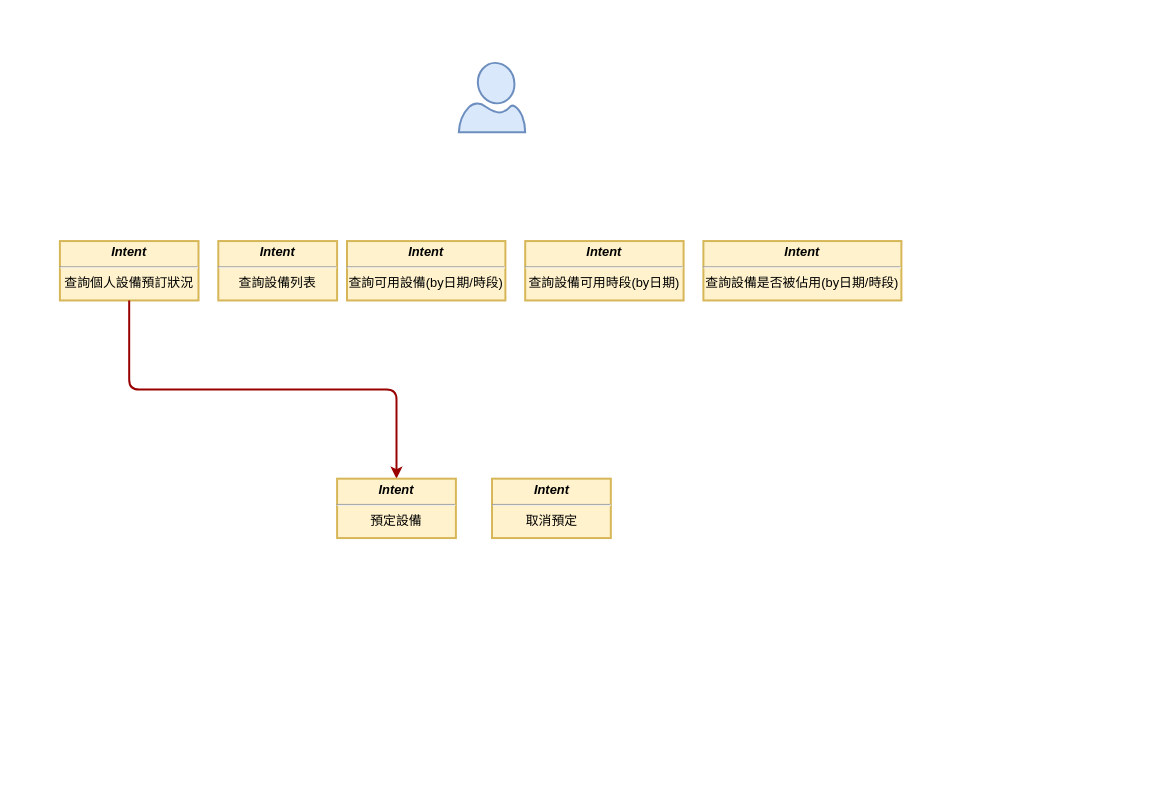
This is page "whl_family" (3 of 4) of resources/assets/qa_bot dialog flow.drawio from shihxuancheng/qa_bot, a draw.io file, before an edit. Source tidied: cells renumbered, new cells numbered last; positions are measured from the earlier drawing's top-left corner, leaving out a move shared by most shapes. Both pictures are drawn from the tidied source at 99%, with x=0, y=0 at pixel (59, 62).
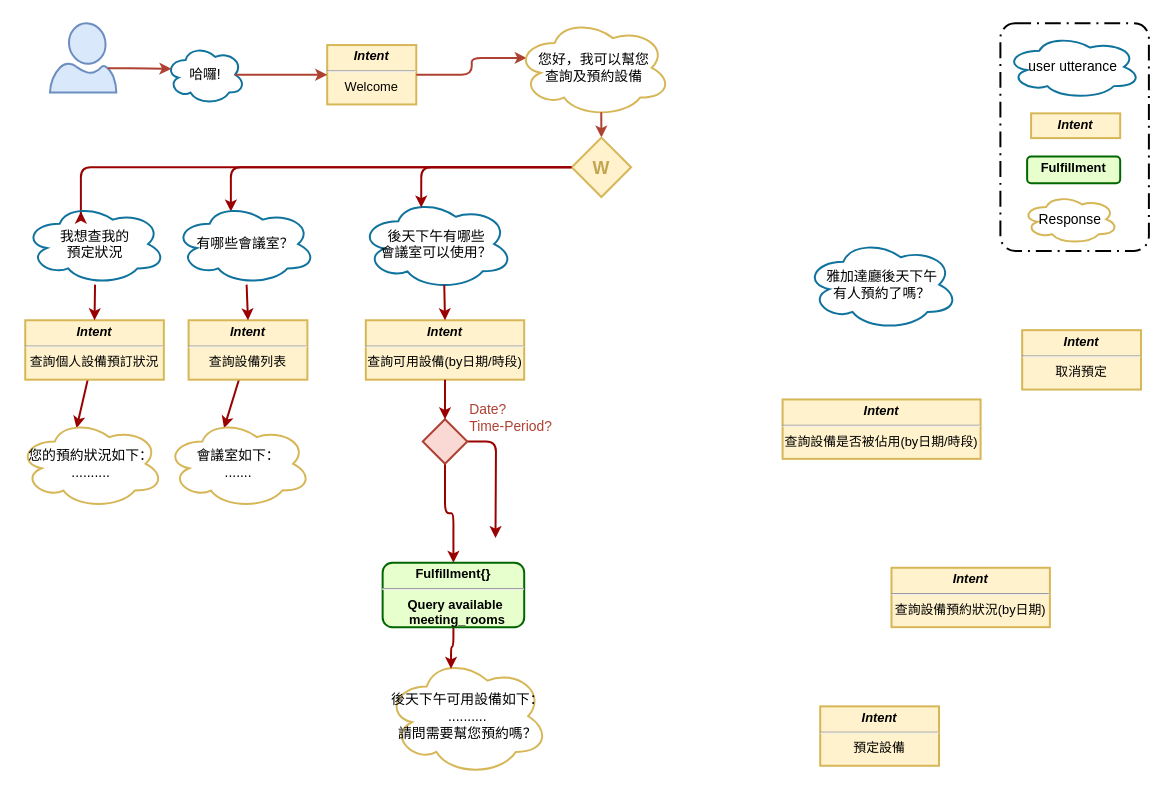
Above is the later version.

Change to the diagram source:
```diff
@@
+    <mxCell id="11" style="rounded=1;jettySize=auto;html=1;fontSize=13;strokeColor=#990000;strokeWidth=2;entryX=0.4;entryY=0.1;entryDx=0;entryDy=0;entryPerimeter=0;" parent="1" edge="1" source="2" target="35">
+      <mxGeometry relative="1" as="geometry" />
+    </mxCell>
     <mxCell id="2" value="&lt;p style=&quot;margin: 4px 0px 0px; font-size: 13px;&quot;&gt;&lt;b style=&quot;font-size: 13px;&quot;&gt;&lt;i style=&quot;font-size: 13px;&quot;&gt;Intent&lt;/i&gt;&lt;/b&gt;&lt;/p&gt;&lt;hr style=&quot;font-size: 13px;&quot;&gt;&lt;div style=&quot;height: 2px; font-size: 13px;&quot;&gt;查詢個人設備預訂狀況&lt;/div&gt;" style="verticalAlign=top;align=center;overflow=fill;fontSize=13;fontFamily=Helvetica;html=1;fillColor=#fff2cc;strokeColor=#d6b656;gradientColor=none;strokeWidth=2;" parent="1" vertex="1">
-      <mxGeometry y="180" width="140" height="60" as="geometry" />
+      <mxGeometry x="-35" y="260" width="140" height="60" as="geometry" />
     </mxCell>
+    <mxCell id="12" style="rounded=1;jettySize=auto;html=1;fontSize=13;strokeColor=#990000;strokeWidth=2;entryX=0.4;entryY=0.1;entryDx=0;entryDy=0;entryPerimeter=0;" parent="1" edge="1" source="3" target="36">
+      <mxGeometry relative="1" as="geometry" />
+    </mxCell>
     <mxCell id="3" value="&lt;p style=&quot;margin: 4px 0px 0px; font-size: 13px;&quot;&gt;&lt;b style=&quot;font-size: 13px;&quot;&gt;&lt;i style=&quot;font-size: 13px;&quot;&gt;Intent&lt;/i&gt;&lt;/b&gt;&lt;/p&gt;&lt;hr style=&quot;font-size: 13px;&quot;&gt;&lt;div style=&quot;height: 2px; font-size: 13px;&quot;&gt;查詢設備列表&lt;/div&gt;" style="verticalAlign=top;align=center;overflow=fill;fontSize=13;fontFamily=Helvetica;html=1;fillColor=#fff2cc;strokeColor=#d6b656;strokeWidth=2;gradientColor=none;" parent="1" vertex="1">
-      <mxGeometry x="160" y="180" width="120" height="60" as="geometry" />
+      <mxGeometry x="130" y="260" width="120" height="60" as="geometry" />
     </mxCell>
-    <mxCell id="4" style="strokeColor=#990000;strokeWidth=2;exitX=0.5;exitY=1;exitDx=0;exitDy=0;entryX=0.5;entryY=0;entryDx=0;entryDy=0;rounded=1;edgeStyle=elbowEdgeStyle;elbow=vertical;fontSize=13;" parent="1" edge="1" source="2" target="9">
-      <mxGeometry relative="1" as="geometry" />
-    </mxCell>
     <mxCell id="5" value="&lt;p style=&quot;margin: 4px 0px 0px; font-size: 13px;&quot;&gt;&lt;b style=&quot;font-size: 13px;&quot;&gt;&lt;i style=&quot;font-size: 13px;&quot;&gt;Intent&lt;/i&gt;&lt;/b&gt;&lt;/p&gt;&lt;hr style=&quot;font-size: 13px;&quot;&gt;&lt;div style=&quot;height: 2px; font-size: 13px;&quot;&gt;查詢可用設備(by日期/時段)&lt;/div&gt;" style="verticalAlign=top;align=center;overflow=fill;fontSize=13;fontFamily=Helvetica;html=1;fillColor=#fff2cc;strokeColor=#d6b656;strokeWidth=2;gradientColor=none;" parent="1" vertex="1">
-      <mxGeometry x="290" y="180" width="160" height="60" as="geometry" />
+      <mxGeometry x="309" y="260" width="160" height="60" as="geometry" />
     </mxCell>
-    <mxCell id="6" value="&lt;p style=&quot;margin: 4px 0px 0px; font-size: 13px;&quot;&gt;&lt;b style=&quot;font-size: 13px;&quot;&gt;&lt;i style=&quot;font-size: 13px;&quot;&gt;Intent&lt;/i&gt;&lt;/b&gt;&lt;/p&gt;&lt;hr style=&quot;font-size: 13px;&quot;&gt;&lt;div style=&quot;height: 2px; font-size: 13px;&quot;&gt;查詢設備可用時段(by日期)&lt;/div&gt;" style="verticalAlign=top;align=center;overflow=fill;fontSize=13;fontFamily=Helvetica;html=1;fillColor=#fff2cc;strokeColor=#d6b656;strokeWidth=2;gradientColor=none;" parent="1" vertex="1">
-      <mxGeometry x="470" y="180" width="160" height="60" as="geometry" />
+    <mxCell id="6" value="&lt;p style=&quot;margin: 4px 0px 0px ; font-size: 13px&quot;&gt;&lt;b style=&quot;font-size: 13px&quot;&gt;&lt;i style=&quot;font-size: 13px&quot;&gt;Intent&lt;/i&gt;&lt;/b&gt;&lt;/p&gt;&lt;hr style=&quot;font-size: 13px&quot;&gt;&lt;div style=&quot;height: 2px ; font-size: 13px&quot;&gt;查詢設備預約狀況(by日期)&lt;/div&gt;" style="verticalAlign=top;align=center;overflow=fill;fontSize=13;fontFamily=Helvetica;html=1;fillColor=#fff2cc;strokeColor=#d6b656;strokeWidth=2;gradientColor=none;" parent="1" vertex="1">
+      <mxGeometry x="840" y="510" width="160" height="60" as="geometry" />
     </mxCell>
     <mxCell id="7" value="&lt;p style=&quot;margin: 4px 0px 0px; font-size: 13px;&quot;&gt;&lt;b style=&quot;font-size: 13px;&quot;&gt;&lt;i style=&quot;font-size: 13px;&quot;&gt;Intent&lt;/i&gt;&lt;/b&gt;&lt;/p&gt;&lt;hr style=&quot;font-size: 13px;&quot;&gt;&lt;div style=&quot;height: 2px; font-size: 13px;&quot;&gt;查詢設備是否被佔用(by日期/時段)&lt;/div&gt;" style="verticalAlign=top;align=center;overflow=fill;fontSize=13;fontFamily=Helvetica;html=1;fillColor=#fff2cc;strokeColor=#d6b656;strokeWidth=2;gradientColor=none;" parent="1" vertex="1">
-      <mxGeometry x="650" y="180" width="200" height="60" as="geometry" />
+      <mxGeometry x="730" y="340" width="200" height="60" as="geometry" />
     </mxCell>
-    <mxCell id="8" style="verticalLabelPosition=bottom;html=1;verticalAlign=top;align=center;strokeColor=#6c8ebf;fillColor=#dae8fc;shape=mxgraph.azure.user;strokeWidth=2;fontSize=13;" parent="1" vertex="1">
-      <mxGeometry x="403" width="67" height="70" as="geometry" />
-    </mxCell>
     <mxCell id="9" value="&lt;p style=&quot;margin: 4px 0px 0px; font-size: 13px;&quot;&gt;&lt;b style=&quot;font-size: 13px;&quot;&gt;&lt;i style=&quot;font-size: 13px;&quot;&gt;Intent&lt;/i&gt;&lt;/b&gt;&lt;/p&gt;&lt;hr style=&quot;font-size: 13px;&quot;&gt;&lt;div style=&quot;height: 2px; font-size: 13px;&quot;&gt;預定設備&lt;/div&gt;" style="verticalAlign=top;align=center;overflow=fill;fontSize=13;fontFamily=Helvetica;html=1;fillColor=#fff2cc;strokeColor=#d6b656;strokeWidth=2;gradientColor=none;" parent="1" vertex="1">
-      <mxGeometry x="280" y="420" width="120" height="60" as="geometry" />
+      <mxGeometry x="768" y="650" width="120" height="60" as="geometry" />
     </mxCell>
     <mxCell id="10" value="&lt;p style=&quot;margin: 4px 0px 0px; font-size: 13px;&quot;&gt;&lt;b style=&quot;font-size: 13px;&quot;&gt;&lt;i style=&quot;font-size: 13px;&quot;&gt;Intent&lt;/i&gt;&lt;/b&gt;&lt;/p&gt;&lt;hr style=&quot;font-size: 13px;&quot;&gt;&lt;div style=&quot;height: 2px; font-size: 13px;&quot;&gt;取消預定&lt;/div&gt;" style="verticalAlign=top;align=center;overflow=fill;fontSize=13;fontFamily=Helvetica;html=1;fillColor=#fff2cc;strokeColor=#d6b656;strokeWidth=2;gradientColor=none;" parent="1" vertex="1">
-      <mxGeometry x="436.5" y="420" width="120" height="60" as="geometry" />
+      <mxGeometry x="972" y="270" width="120" height="60" as="geometry" />
     </mxCell>
+    <mxCell id="13" style="rounded=1;arcSize=10;dashed=1;strokeColor=#000000;fillColor=none;gradientColor=none;dashPattern=8 3 1 3;strokeWidth=2;" parent="1" vertex="1">
+      <mxGeometry x="950" y="-40" width="150" height="230" as="geometry" />
+    </mxCell>
+    <mxCell id="14" value="Response" style="ellipse;shape=cloud;whiteSpace=wrap;html=1;rounded=0;shadow=0;glass=0;comic=0;strokeColor=#D6B656;strokeWidth=2;fillColor=none;fontSize=14;" parent="1" vertex="1">
+      <mxGeometry x="972" y="133" width="97" height="50" as="geometry" />
+    </mxCell>
+    <mxCell id="15" value="&lt;p style=&quot;margin: 4px 0px 0px ; font-size: 13px&quot;&gt;&lt;b style=&quot;font-size: 13px&quot;&gt;&lt;i style=&quot;font-size: 13px&quot;&gt;Intent&lt;/i&gt;&lt;/b&gt;&lt;/p&gt;" style="verticalAlign=top;align=center;overflow=fill;fontSize=13;fontFamily=Helvetica;html=1;fillColor=#fff2cc;strokeColor=#d6b656;strokeWidth=2;" parent="1" vertex="1">
+      <mxGeometry x="981" y="51" width="90" height="25" as="geometry" />
+    </mxCell>
+    <mxCell id="16" value="&lt;p style=&quot;margin: 4px 0px 0px ; font-size: 13px&quot;&gt;&lt;strong style=&quot;font-size: 13px&quot;&gt;Fulfillment&lt;/strong&gt;&lt;/p&gt;" style="verticalAlign=middle;align=center;overflow=fill;fontSize=13;fontFamily=Helvetica;html=1;rounded=1;fontStyle=1;strokeWidth=2;fillColor=#E6FFCC;strokeColor=#006600;" parent="1" vertex="1">
+      <mxGeometry x="977" y="94.5" width="94" height="27" as="geometry" />
+    </mxCell>
+    <mxCell id="17" value="user utterance" style="ellipse;shape=cloud;whiteSpace=wrap;html=1;rounded=0;shadow=0;glass=0;comic=0;strokeColor=#10739e;strokeWidth=2;fillColor=none;fontSize=14;" parent="1" vertex="1">
+      <mxGeometry x="955" y="-28.5" width="137" height="65" as="geometry" />
+    </mxCell>
+    <mxCell id="18" style="verticalLabelPosition=bottom;html=1;verticalAlign=top;align=center;strokeColor=#6c8ebf;fillColor=#dae8fc;shape=mxgraph.azure.user;strokeWidth=2;" parent="1" vertex="1">
+      <mxGeometry x="-10" y="-40" width="67" height="70" as="geometry" />
+    </mxCell>
+    <mxCell id="19" value="哈囉!" style="ellipse;shape=cloud;whiteSpace=wrap;html=1;rounded=0;shadow=0;glass=0;comic=0;strokeColor=#10739e;strokeWidth=2;fillColor=none;fontSize=14;" parent="1" vertex="1">
+      <mxGeometry x="107" y="-18" width="80" height="60" as="geometry" />
+    </mxCell>
+    <mxCell id="20" style="strokeColor=#AE4132;strokeWidth=2;exitX=0.87;exitY=0.65;exitDx=0;exitDy=0;rounded=1;edgeStyle=elbowEdgeStyle;fontSize=13;exitPerimeter=0;entryX=0.07;entryY=0.4;entryDx=0;entryDy=0;entryPerimeter=0;" parent="1" edge="1" source="18" target="19">
+      <mxGeometry relative="1" as="geometry" />
+    </mxCell>
+    <mxCell id="21" value="&lt;p style=&quot;margin: 4px 0px 0px ; font-size: 13px&quot;&gt;&lt;b style=&quot;font-size: 13px&quot;&gt;&lt;i style=&quot;font-size: 13px&quot;&gt;Intent&lt;/i&gt;&lt;/b&gt;&lt;/p&gt;&lt;hr style=&quot;font-size: 13px&quot;&gt;&lt;div style=&quot;height: 2px ; font-size: 13px&quot;&gt;Welcome&lt;/div&gt;" style="verticalAlign=top;align=center;overflow=fill;fontSize=13;fontFamily=Helvetica;html=1;fillColor=#fff2cc;strokeColor=#d6b656;strokeWidth=2;" parent="1" vertex="1">
+      <mxGeometry x="270" y="-18" width="90" height="60" as="geometry" />
+    </mxCell>
+    <mxCell id="22" style="strokeColor=#AE4132;strokeWidth=2;entryX=0;entryY=0.5;entryDx=0;entryDy=0;rounded=1;edgeStyle=elbowEdgeStyle;fontSize=13;exitX=0.875;exitY=0.5;exitDx=0;exitDy=0;exitPerimeter=0;" parent="1" edge="1" source="19" target="21">
+      <mxGeometry relative="1" as="geometry" />
+    </mxCell>
+    <mxCell id="23" style="strokeColor=#AE4132;strokeWidth=2;exitX=1;exitY=0.5;exitDx=0;exitDy=0;entryX=0.07;entryY=0.4;entryDx=0;entryDy=0;rounded=1;edgeStyle=elbowEdgeStyle;fontSize=13;entryPerimeter=0;" parent="1" edge="1" source="21" target="24">
+      <mxGeometry relative="1" as="geometry" />
+    </mxCell>
+    <mxCell id="24" value="您好，我可以幫您&lt;br&gt;查詢及預約設備" style="ellipse;shape=cloud;whiteSpace=wrap;html=1;rounded=0;shadow=0;glass=0;comic=0;strokeColor=#D6B656;strokeWidth=2;fillColor=none;fontSize=14;" parent="1" vertex="1">
+      <mxGeometry x="460.5" y="-45" width="157" height="100" as="geometry" />
+    </mxCell>
+    <mxCell id="25" style="strokeColor=#AE4132;strokeWidth=2;exitX=0.55;exitY=0.95;exitDx=0;exitDy=0;entryX=0.5;entryY=0;entryDx=0;entryDy=0;rounded=1;edgeStyle=orthogonalEdgeStyle;fontSize=13;exitPerimeter=0;entryPerimeter=0;" parent="1" edge="1" source="24" target="28">
+      <mxGeometry relative="1" as="geometry" />
+    </mxCell>
+    <mxCell id="26" style="edgeStyle=orthogonalEdgeStyle;rounded=1;jettySize=auto;html=1;fontSize=13;strokeColor=#990000;strokeWidth=2;entryX=0.4;entryY=0.1;entryDx=0;entryDy=0;entryPerimeter=0;" parent="1" edge="1" source="28" target="30">
+      <mxGeometry relative="1" as="geometry" />
+    </mxCell>
+    <mxCell id="27" style="edgeStyle=orthogonalEdgeStyle;rounded=1;jettySize=auto;html=1;fontSize=13;strokeColor=#990000;strokeWidth=2;entryX=0.4;entryY=0.1;entryDx=0;entryDy=0;entryPerimeter=0;" parent="1" edge="1" source="28" target="32">
+      <mxGeometry relative="1" as="geometry" />
+    </mxCell>
+    <mxCell id="28" value="&lt;p style=&quot;line-height: 100%; font-size: 18px;&quot;&gt;W&lt;/p&gt;" style="strokeWidth=2;html=1;shape=mxgraph.flowchart.decision;whiteSpace=wrap;shadow=0;fillColor=#fff2cc;fontSize=18;labelBorderColor=none;strokeColor=#d6b656;spacing=0;fontStyle=1;fontColor=#C2A54E;" parent="1" vertex="1">
+      <mxGeometry x="517" y="75.5" width="60" height="60" as="geometry" />
+    </mxCell>
+    <mxCell id="29" style="rounded=1;jettySize=auto;html=1;fontSize=13;strokeColor=#990000;strokeWidth=2;entryX=0.5;entryY=0;entryDx=0;entryDy=0;" parent="1" edge="1" source="30" target="2">
+      <mxGeometry relative="1" as="geometry" />
+    </mxCell>
+    <mxCell id="30" value="我想查我的&lt;br&gt;預定狀況" style="ellipse;shape=cloud;whiteSpace=wrap;html=1;rounded=0;shadow=0;glass=0;comic=0;strokeColor=#10739e;strokeWidth=2;fillColor=none;fontSize=14;" parent="1" vertex="1">
+      <mxGeometry x="-36" y="142" width="143" height="82" as="geometry" />
+    </mxCell>
+    <mxCell id="31" style="rounded=1;jettySize=auto;html=1;fontSize=13;strokeColor=#990000;strokeWidth=2;entryX=0.5;entryY=0;entryDx=0;entryDy=0;" parent="1" edge="1" source="32" target="3">
+      <mxGeometry relative="1" as="geometry" />
+    </mxCell>
+    <mxCell id="32" value="有哪些會議室？" style="ellipse;shape=cloud;whiteSpace=wrap;html=1;rounded=0;shadow=0;glass=0;comic=0;strokeColor=#10739e;strokeWidth=2;fillColor=none;fontSize=14;" parent="1" vertex="1">
+      <mxGeometry x="115.5" y="142" width="143" height="82" as="geometry" />
+    </mxCell>
+    <mxCell id="33" value="後天下午有哪些&lt;br&gt;會議室可以使用？" style="ellipse;shape=cloud;whiteSpace=wrap;html=1;rounded=0;shadow=0;glass=0;comic=0;strokeColor=#10739e;strokeWidth=2;fillColor=none;fontSize=14;" parent="1" vertex="1">
+      <mxGeometry x="303" y="137" width="155" height="92" as="geometry" />
+    </mxCell>
+    <mxCell id="34" value="雅加達廳後天下午&lt;br&gt;有人預約了嗎？" style="ellipse;shape=cloud;whiteSpace=wrap;html=1;rounded=0;shadow=0;glass=0;comic=0;strokeColor=#10739e;strokeWidth=2;fillColor=none;fontSize=14;" parent="1" vertex="1">
+      <mxGeometry x="752.5" y="178" width="155" height="92" as="geometry" />
+    </mxCell>
+    <mxCell id="35" value="您的預約狀況如下：&lt;br&gt;.........." style="ellipse;shape=cloud;whiteSpace=wrap;html=1;rounded=0;shadow=0;glass=0;comic=0;strokeColor=#D6B656;strokeWidth=2;fillColor=none;fontSize=14;" parent="1" vertex="1">
+      <mxGeometry x="-42" y="360" width="147" height="90" as="geometry" />
+    </mxCell>
+    <mxCell id="36" value="會議室如下：&lt;br&gt;......." style="ellipse;shape=cloud;whiteSpace=wrap;html=1;rounded=0;shadow=0;glass=0;comic=0;strokeColor=#D6B656;strokeWidth=2;fillColor=none;fontSize=14;" parent="1" vertex="1">
+      <mxGeometry x="107" y="360" width="147" height="90" as="geometry" />
+    </mxCell>
+    <mxCell id="37" style="edgeStyle=orthogonalEdgeStyle;rounded=1;jettySize=auto;html=1;fontSize=13;strokeColor=#990000;strokeWidth=2;entryX=0.5;entryY=0;entryDx=0;entryDy=0;exitX=0.55;exitY=0.95;exitDx=0;exitDy=0;exitPerimeter=0;" parent="1" edge="1" source="33" target="5">
+      <mxGeometry relative="1" as="geometry" />
+    </mxCell>
+    <mxCell id="38" style="edgeStyle=orthogonalEdgeStyle;rounded=1;jettySize=auto;html=1;fontSize=13;strokeColor=#990000;strokeWidth=2;" parent="1" edge="1" source="40">
+      <mxGeometry relative="1" as="geometry">
+        <mxPoint x="440" y="480" as="targetPoint" />
+      </mxGeometry>
+    </mxCell>
+    <mxCell id="39" style="edgeStyle=orthogonalEdgeStyle;rounded=1;jettySize=auto;html=1;fontSize=13;strokeColor=#990000;strokeWidth=2;entryX=0.5;entryY=0;entryDx=0;entryDy=0;" parent="1" edge="1" source="40" target="46">
+      <mxGeometry relative="1" as="geometry" />
+    </mxCell>
+    <mxCell id="40" value="&lt;p style=&quot;line-height: 100%&quot;&gt;&lt;br&gt;&lt;/p&gt;" style="strokeWidth=2;html=1;shape=mxgraph.flowchart.decision;whiteSpace=wrap;shadow=0;fillColor=#fad9d5;fontSize=13;labelBorderColor=none;strokeColor=#ae4132;spacing=0;" parent="1" vertex="1">
+      <mxGeometry x="366.5" y="360" width="45" height="45" as="geometry" />
+    </mxCell>
+    <mxCell id="41" style="edgeStyle=orthogonalEdgeStyle;rounded=1;jettySize=auto;html=1;fontSize=13;strokeColor=#990000;strokeWidth=2;exitX=0.5;exitY=1;exitDx=0;exitDy=0;entryX=0.5;entryY=0;entryDx=0;entryDy=0;entryPerimeter=0;" parent="1" edge="1" source="5" target="40">
+      <mxGeometry relative="1" as="geometry" />
+    </mxCell>
+    <mxCell id="42" value="&lt;span&gt;&lt;font style=&quot;font-size: 14px&quot;&gt;&amp;nbsp;&lt;br&gt;Date?&lt;br&gt;Time-Period?&lt;br&gt;&lt;/font&gt;&lt;/span&gt;" style="text;html=1;align=left;verticalAlign=middle;fillColor=none;strokeColor=none;rounded=0;shadow=0;fontSize=13;fontStyle=0;fontColor=#AE4132;" parent="1" vertex="1">
+      <mxGeometry x="411.5" y="320" width="100" height="60" as="geometry" />
+    </mxCell>
+    <mxCell id="43" style="edgeStyle=orthogonalEdgeStyle;rounded=1;jettySize=auto;html=1;fontSize=13;strokeColor=#990000;strokeWidth=2;entryX=0.4;entryY=0.1;entryDx=0;entryDy=0;entryPerimeter=0;exitX=0;exitY=0.5;exitDx=0;exitDy=0;exitPerimeter=0;" parent="1" edge="1" source="28" target="33">
+      <mxGeometry relative="1" as="geometry" />
+    </mxCell>
+    <mxCell id="44" value="後天下午可用設備如下：&lt;br&gt;..........&lt;br&gt;請問需要幫您預約嗎？&lt;br&gt;" style="ellipse;shape=cloud;whiteSpace=wrap;html=1;rounded=0;shadow=0;glass=0;comic=0;strokeColor=#D6B656;strokeWidth=2;fillColor=none;fontSize=14;" parent="1" vertex="1">
+      <mxGeometry x="329.5" y="600" width="164" height="120" as="geometry" />
+    </mxCell>
+    <mxCell id="45" style="edgeStyle=orthogonalEdgeStyle;rounded=1;jettySize=auto;html=1;fontSize=13;strokeColor=#990000;strokeWidth=2;entryX=0.4;entryY=0.1;entryDx=0;entryDy=0;entryPerimeter=0;" parent="1" edge="1" source="46" target="44">
+      <mxGeometry relative="1" as="geometry" />
+    </mxCell>
+    <mxCell id="46" value="&lt;p style=&quot;margin: 4px 0px 0px ; font-size: 13px&quot;&gt;&lt;strong style=&quot;font-size: 13px&quot;&gt;Fulfillment{}&lt;/strong&gt;&lt;/p&gt;&lt;hr style=&quot;font-size: 13px&quot;&gt;&lt;p style=&quot;margin: 0px 0px 0px 8px ; font-size: 13px&quot;&gt;Query available&amp;nbsp;&lt;/p&gt;&lt;p style=&quot;margin: 0px 0px 0px 8px ; font-size: 13px&quot;&gt;meeting_rooms&lt;/p&gt;" style="verticalAlign=middle;align=center;overflow=fill;fontSize=13;fontFamily=Helvetica;html=1;rounded=1;fontStyle=1;strokeWidth=2;fillColor=#E6FFCC;strokeColor=#006600;" parent="1" vertex="1">
+      <mxGeometry x="326" y="505" width="143" height="65" as="geometry" />
+    </mxCell>
```
